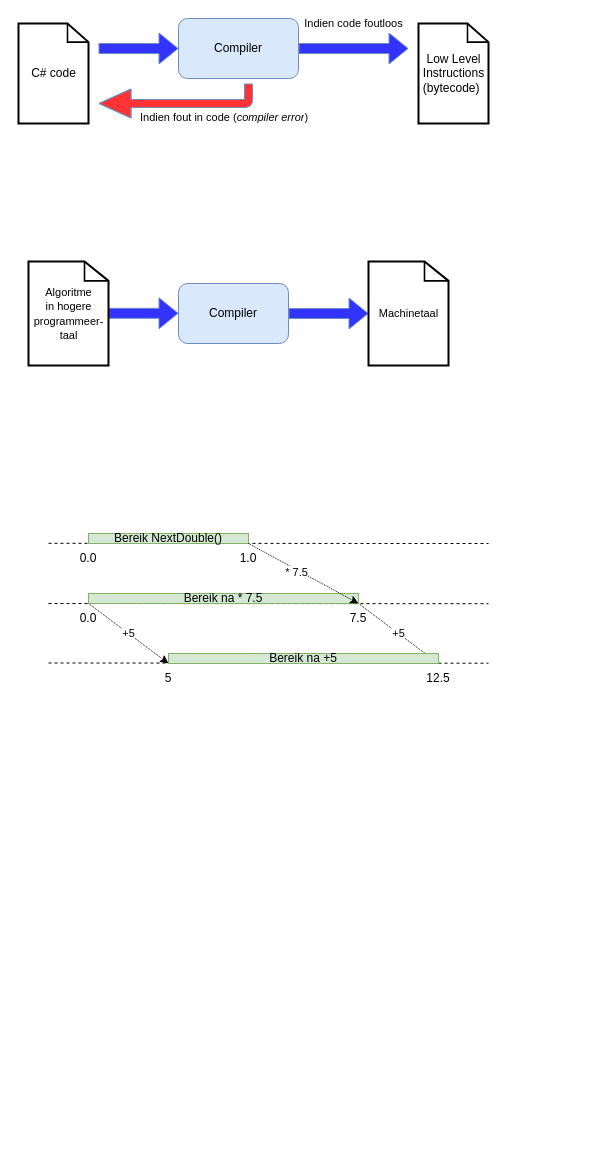
This is page "intro" (2 of 9) of assets/svg diagrams.drawio from timdams/ziescherpscherper_gitbook, a draw.io file, before an edit. Source tidied: cells renumbered, new cells numbered last; positions are measured from the earlier drawing's top-left corner, leaving out a move shared by most shapes. Both pictures are drawn from the tidied source at 100%, with x=0, y=0 at pixel (18, 18).
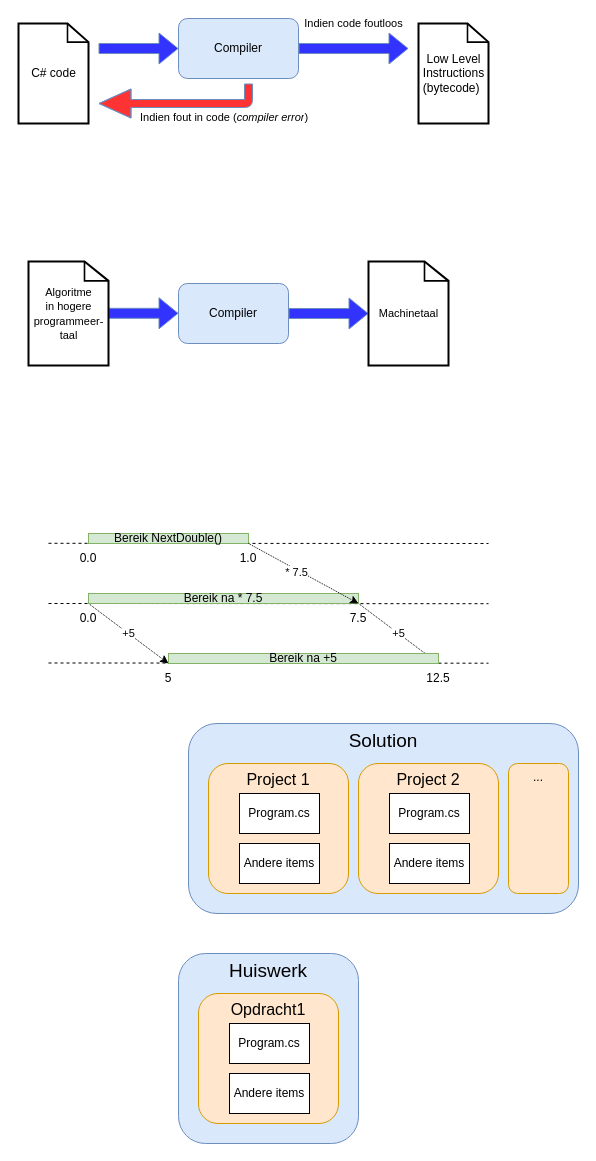
The same diagram, later.

Diff of the diagram source:
```diff
@@
+    <mxCell id="39" value="Solution" style="rounded=1;whiteSpace=wrap;html=1;strokeColor=#6c8ebf;fillColor=#dae8fc;horizontal=1;verticalAlign=top;align=center;fontSize=19;" parent="1" vertex="1">
+      <mxGeometry x="170" y="705" width="390" height="190" as="geometry" />
+    </mxCell>
+    <mxCell id="40" value="Project 1" style="rounded=1;whiteSpace=wrap;html=1;verticalAlign=top;fillColor=#ffe6cc;strokeColor=#d79b00;fontSize=16;" parent="1" vertex="1">
+      <mxGeometry x="190" y="745" width="140" height="130" as="geometry" />
+    </mxCell>
+    <mxCell id="41" value="Program.cs" style="rounded=0;whiteSpace=wrap;html=1;" parent="1" vertex="1">
+      <mxGeometry x="221" y="775" width="80" height="40" as="geometry" />
+    </mxCell>
+    <mxCell id="42" value="Andere items" style="rounded=0;whiteSpace=wrap;html=1;" parent="1" vertex="1">
+      <mxGeometry x="221" y="825" width="80" height="40" as="geometry" />
+    </mxCell>
+    <mxCell id="43" value="Project 2" style="rounded=1;whiteSpace=wrap;html=1;verticalAlign=top;fillColor=#ffe6cc;strokeColor=#d79b00;fontSize=16;" parent="1" vertex="1">
+      <mxGeometry x="340" y="745" width="140" height="130" as="geometry" />
+    </mxCell>
+    <mxCell id="44" value="Program.cs" style="rounded=0;whiteSpace=wrap;html=1;" parent="1" vertex="1">
+      <mxGeometry x="371" y="775" width="80" height="40" as="geometry" />
+    </mxCell>
+    <mxCell id="45" value="Andere items" style="rounded=0;whiteSpace=wrap;html=1;" parent="1" vertex="1">
+      <mxGeometry x="371" y="825" width="80" height="40" as="geometry" />
+    </mxCell>
+    <mxCell id="46" value="..." style="rounded=1;whiteSpace=wrap;html=1;verticalAlign=top;fillColor=#ffe6cc;strokeColor=#d79b00;" parent="1" vertex="1">
+      <mxGeometry x="490" y="745" width="60" height="130" as="geometry" />
+    </mxCell>
+    <mxCell id="47" value="Huiswerk" style="rounded=1;whiteSpace=wrap;html=1;strokeColor=#6c8ebf;fillColor=#dae8fc;horizontal=1;verticalAlign=top;align=center;fontSize=19;" parent="1" vertex="1">
+      <mxGeometry x="160" y="935" width="180" height="190" as="geometry" />
+    </mxCell>
+    <mxCell id="48" value="Opdracht1" style="rounded=1;whiteSpace=wrap;html=1;verticalAlign=top;fillColor=#ffe6cc;strokeColor=#d79b00;fontSize=16;" parent="1" vertex="1">
+      <mxGeometry x="180" y="975" width="140" height="130" as="geometry" />
+    </mxCell>
+    <mxCell id="49" value="Program.cs" style="rounded=0;whiteSpace=wrap;html=1;" parent="1" vertex="1">
+      <mxGeometry x="211" y="1005" width="80" height="40" as="geometry" />
+    </mxCell>
+    <mxCell id="50" value="Andere items" style="rounded=0;whiteSpace=wrap;html=1;" parent="1" vertex="1">
+      <mxGeometry x="211" y="1055" width="80" height="40" as="geometry" />
+    </mxCell>
```
